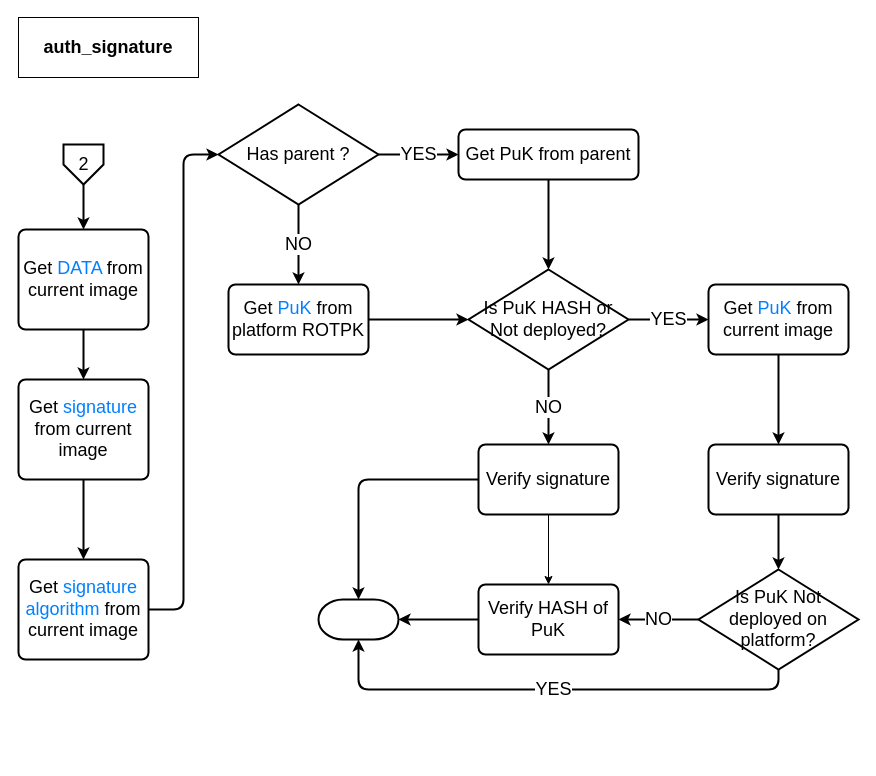
Above: page "auth_signature" (7 of 11) of mbedx509_parser.drawio in daichin/secureboot (draw.io), before the change. Source tidied: cells renumbered, new cells numbered last; positions are measured from the earlier drawing's top-left corner, leaving out a move shared by most shapes. Both pictures are drawn from the tidied source at 100%, with x=0, y=0 at pixel (18, 17).
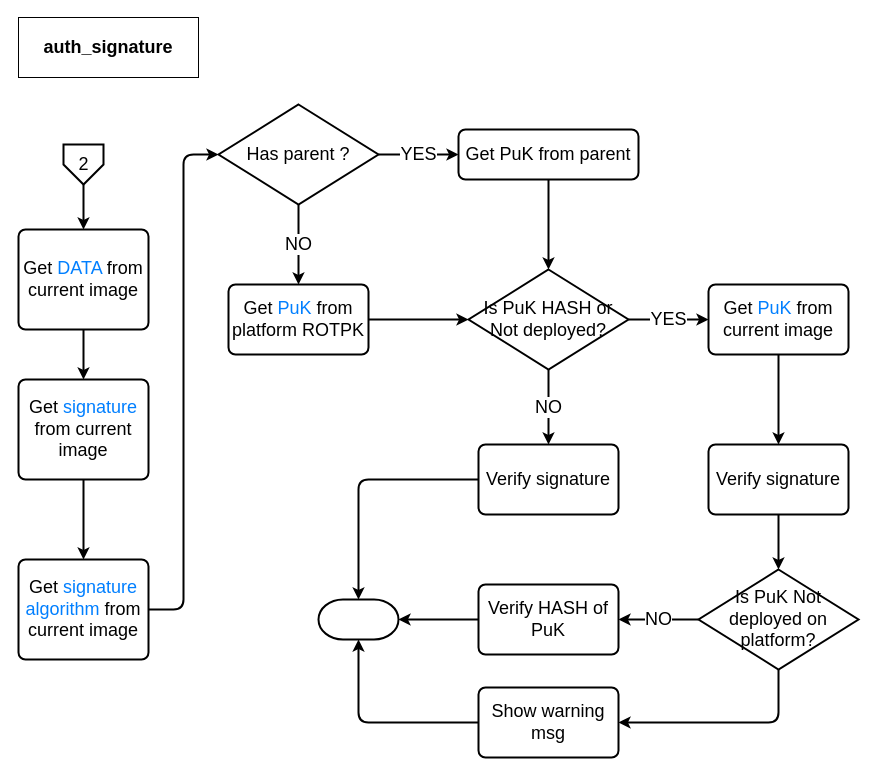
After the change.

Unchanged cells that the change refers to:
```xml
<mxCell id="26" value="Verify HASH of PuK" style="rounded=1;whiteSpace=wrap;html=1;absoluteArcSize=1;arcSize=14;strokeWidth=2;fontSize=18;align=center;" parent="1" vertex="1">
  <mxGeometry x="460" y="567" width="140" height="70" as="geometry" />
</mxCell>
<mxCell id="29" value="Verify signature" style="rounded=1;whiteSpace=wrap;html=1;absoluteArcSize=1;arcSize=14;strokeWidth=2;fontSize=18;align=center;" parent="1" vertex="1">
  <mxGeometry x="460" y="427" width="140" height="70" as="geometry" />
</mxCell>
<mxCell id="30" style="strokeWidth=2;html=1;shape=mxgraph.flowchart.terminator;whiteSpace=wrap;fontSize=18;align=center;" parent="1" vertex="1">
  <mxGeometry x="300" y="582" width="80" height="40" as="geometry" />
</mxCell>
<mxCell id="33" value="Is PuK Not deployed on platform?" style="strokeWidth=2;html=1;shape=mxgraph.flowchart.decision;whiteSpace=wrap;fontSize=18;align=center;" parent="1" vertex="1">
  <mxGeometry x="680" y="552" width="160" height="100" as="geometry" />
</mxCell>
```

Change to the diagram source:
```diff
@@
-    <mxCell id="28" style="edgeStyle=orthogonalEdgeStyle;rounded=0;jettySize=auto;html=1;" parent="1" edge="1" source="29" target="26">
-      <mxGeometry relative="1" as="geometry" />
-    </mxCell>
@@
-    <mxCell id="32" value="YES" style="edgeStyle=orthogonalEdgeStyle;jettySize=auto;html=1;exitX=0.5;exitY=1;exitDx=0;exitDy=0;exitPerimeter=0;entryX=0.5;entryY=1;entryDx=0;entryDy=0;entryPerimeter=0;rounded=1;strokeWidth=2;fontSize=18;fontStyle=0;" parent="1" edge="1" source="33" target="30">
-      <mxGeometry relative="1" as="geometry" />
-    </mxCell>
+    <mxCell id="34" style="edgeStyle=orthogonalEdgeStyle;rounded=1;jettySize=auto;html=1;exitX=0.5;exitY=1;exitDx=0;exitDy=0;exitPerimeter=0;entryX=1;entryY=0.5;entryDx=0;entryDy=0;endArrow=classic;endFill=1;strokeColor=#000000;strokeWidth=2;fontFamily=Helvetica;fontSize=18;fontColor=#000000;" parent="1" edge="1" source="33" target="36">
+      <mxGeometry relative="1" as="geometry" />
+    </mxCell>
@@
+    <mxCell id="35" style="edgeStyle=orthogonalEdgeStyle;rounded=1;jettySize=auto;html=1;exitX=0;exitY=0.5;exitDx=0;exitDy=0;entryX=0.5;entryY=1;entryDx=0;entryDy=0;entryPerimeter=0;endArrow=classic;endFill=1;strokeColor=#000000;strokeWidth=2;fontFamily=Helvetica;fontSize=18;fontColor=#000000;" parent="1" edge="1" source="36" target="30">
+      <mxGeometry relative="1" as="geometry" />
+    </mxCell>
+    <mxCell id="36" value="Show warning msg" style="rounded=1;whiteSpace=wrap;html=1;absoluteArcSize=1;arcSize=14;strokeWidth=2;fontSize=18;align=center;" parent="1" vertex="1">
+      <mxGeometry x="460" y="670" width="140" height="70" as="geometry" />
+    </mxCell>
```
